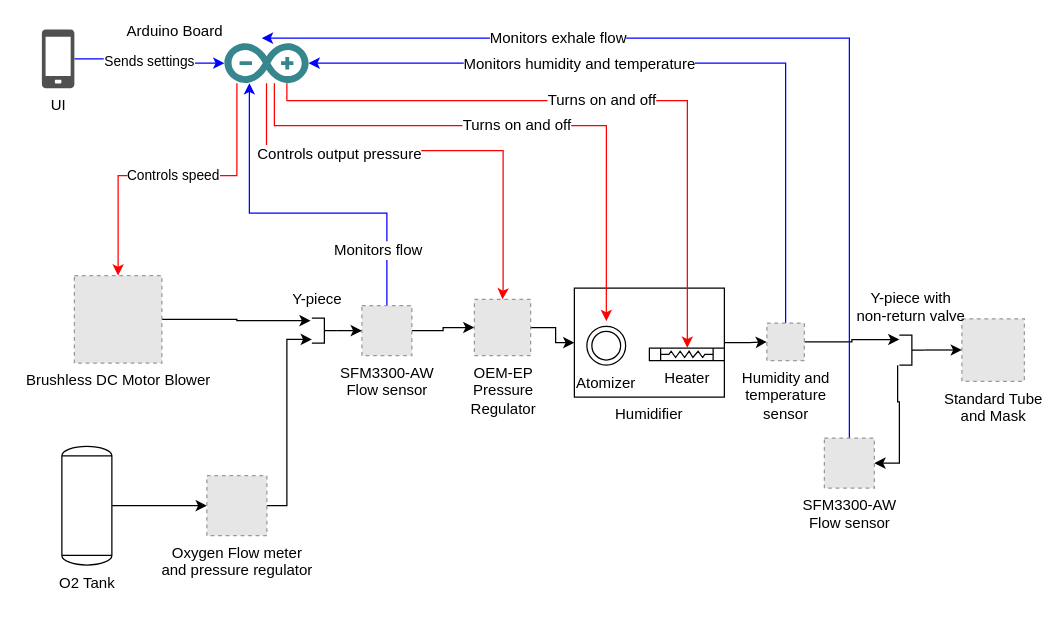
This is mech/Untitled Diagram.drawio from cymourad/diy-ventilator, a draw.io file, before an edit. Source tidied: cells renumbered, new cells numbered last; positions are measured from the earlier drawing's top-left corner, leaving out a move shared by most shapes. Both pictures are drawn from the tidied source at 125%, with x=0, y=0 at pixel (41, 29). Pictures stored in the file or linked from it are replaced by grey dashed boxes.
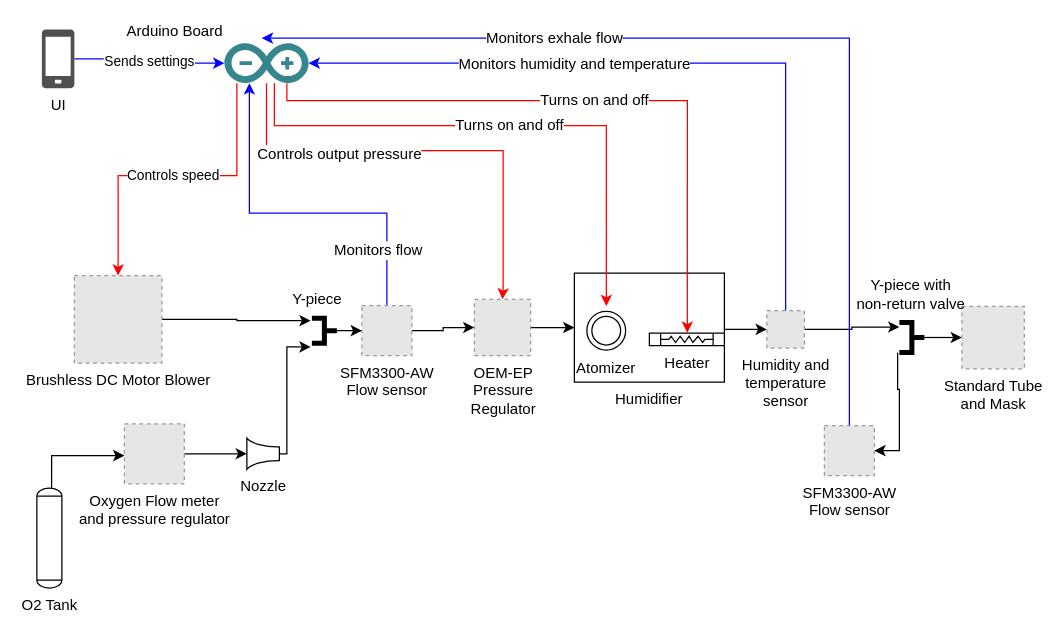
The same diagram, later.

Commit message:
adds oxygen nozzle to block diagram

Diff of the diagram source:
```diff
@@
-    <mxCell id="4" style="edgeStyle=orthogonalEdgeStyle;rounded=0;jettySize=auto;html=1;entryX=0;entryY=0.5;entryDx=0;entryDy=0;" parent="1" edge="1" source="5" target="7">
-      <mxGeometry relative="1" as="geometry" />
+    <mxCell id="4" style="edgeStyle=orthogonalEdgeStyle;rounded=0;jettySize=auto;html=1;strokeColor=#000000;fontSize=12;entryX=0;entryY=0.531;entryDx=0;entryDy=0;entryPerimeter=0;exitX=0.589;exitY=-0.004;exitDx=0;exitDy=0;exitPerimeter=0;" parent="1" edge="1" source="5" target="7">
+      <mxGeometry relative="1" as="geometry">
+        <Array as="points">
+          <mxPoint x="8" y="341" />
+        </Array>
+      </mxGeometry>
     </mxCell>
     <mxCell id="5" value="O2 Tank" style="shape=mxgraph.pid.vessels.tank;html=1;align=center;verticalLabelPosition=bottom;verticalAlign=top;dashed=0;" parent="1" vertex="1">
-      <mxGeometry x="16" y="333.5" width="40" height="95" as="geometry" />
+      <mxGeometry x="-4" y="367" width="20" height="80" as="geometry" />
     </mxCell>
-    <mxCell id="6" style="edgeStyle=orthogonalEdgeStyle;rounded=0;jettySize=auto;html=1;entryX=1;entryY=0.15;entryDx=0;entryDy=0;entryPerimeter=0;" parent="1" edge="1" source="7" target="9">
-      <mxGeometry relative="1" as="geometry">
-        <Array as="points">
-          <mxPoint x="196" y="381" />
-          <mxPoint x="196" y="248" />
-        </Array>
-      </mxGeometry>
-    </mxCell>
+    <mxCell id="40" style="edgeStyle=orthogonalEdgeStyle;rounded=0;jettySize=auto;html=1;entryX=0;entryY=0.5;entryDx=0;entryDy=0;entryPerimeter=0;strokeColor=#000000;fontSize=12;" parent="1" edge="1" source="7" target="42">
+      <mxGeometry relative="1" as="geometry" />
+    </mxCell>
     <mxCell id="7" value="Oxygen Flow meter&lt;br&gt;and pressure regulator" style="fillColor=#E6E6E6;strokeColor=#999999;dashed=1;html=1;verticalAlign=top;verticalLabelPosition=bottom;labelBackgroundColor=#ffffff;" parent="1" vertex="1">
-      <mxGeometry x="132" y="357" width="48" height="48" as="geometry" />
+      <mxGeometry x="66" y="315.5" width="48" height="48" as="geometry" />
     </mxCell>
@@
-    <mxCell id="9" style="verticalLabelPosition=bottom;align=center;dashed=0;html=1;verticalAlign=top;shape=mxgraph.pid.piping.hose_connection;rotation=-180;" parent="1" vertex="1">
+    <mxCell id="9" style="verticalLabelPosition=bottom;align=center;dashed=0;html=1;verticalAlign=top;shape=mxgraph.pid.piping.hose_connection;rotation=-180;strokeWidth=4;" parent="1" vertex="1">
       <mxGeometry x="216" y="231" width="20" height="20" as="geometry" />
     </mxCell>
@@
-    <mxCell id="17" style="edgeStyle=orthogonalEdgeStyle;rounded=0;jettySize=auto;html=1;entryX=0;entryY=0.5;entryDx=0;entryDy=0;" parent="1" edge="1" source="18" target="39">
-      <mxGeometry relative="1" as="geometry" />
+    <mxCell id="17" style="edgeStyle=orthogonalEdgeStyle;rounded=0;jettySize=auto;html=1;entryX=0;entryY=0.5;entryDx=0;entryDy=0;exitX=1;exitY=0.5;exitDx=0;exitDy=0;" parent="1" edge="1" source="18" target="39">
+      <mxGeometry relative="1" as="geometry">
+        <Array as="points">
+          <mxPoint x="546" y="240" />
+        </Array>
+      </mxGeometry>
     </mxCell>
     <mxCell id="18" value="Humidifier" style="rounded=0;whiteSpace=wrap;html=1;labelPosition=center;verticalLabelPosition=bottom;align=center;verticalAlign=top;" parent="1" vertex="1">
-      <mxGeometry x="426" y="207" width="120" height="87.2" as="geometry" />
+      <mxGeometry x="426" y="195" width="120" height="87.2" as="geometry" />
     </mxCell>
@@
     <mxCell id="25" style="edgeStyle=orthogonalEdgeStyle;rounded=0;jettySize=auto;html=1;exitX=0;exitY=0.5;exitDx=0;exitDy=0;exitPerimeter=0;entryX=0;entryY=0.5;entryDx=0;entryDy=0;" parent="1" edge="1" source="27" target="30">
       <mxGeometry relative="1" as="geometry">
         <Array as="points">
-          <mxPoint x="726" y="257" />
-          <mxPoint x="736" y="257" />
+          <mxPoint x="726" y="247" />
+          <mxPoint x="736" y="247" />
         </Array>
       </mxGeometry>
     </mxCell>
     <mxCell id="26" style="edgeStyle=orthogonalEdgeStyle;rounded=0;jettySize=auto;html=1;entryX=1;entryY=0.5;entryDx=0;entryDy=0;exitX=1.07;exitY=-0.008;exitDx=0;exitDy=0;exitPerimeter=0;" parent="1" edge="1" source="27" target="29">
       <mxGeometry relative="1" as="geometry">
         <Array as="points">
-          <mxPoint x="685" y="298" />
-          <mxPoint x="686" y="298" />
-          <mxPoint x="686" y="347" />
+          <mxPoint x="685" y="288" />
+          <mxPoint x="686" y="288" />
+          <mxPoint x="686" y="337" />
         </Array>
       </mxGeometry>
     </mxCell>
-    <mxCell id="27" style="verticalLabelPosition=bottom;align=center;dashed=0;html=1;verticalAlign=top;shape=mxgraph.pid.piping.hose_connection;rotation=-180;" parent="1" vertex="1">
-      <mxGeometry x="686" y="244.5" width="20" height="24" as="geometry" />
+    <mxCell id="27" style="verticalLabelPosition=bottom;align=center;dashed=0;html=1;verticalAlign=top;shape=mxgraph.pid.piping.hose_connection;rotation=-180;strokeWidth=4;" parent="1" vertex="1">
+      <mxGeometry x="686" y="234.5" width="20" height="24" as="geometry" />
     </mxCell>
@@
     <mxCell id="29" value="SFM3300-AW&lt;br&gt;Flow sensor" style="fillColor=#E6E6E6;strokeColor=#999999;dashed=1;html=1;verticalAlign=top;verticalLabelPosition=bottom;labelBackgroundColor=#ffffff;" parent="1" vertex="1">
-      <mxGeometry x="626" y="327" width="40" height="40" as="geometry" />
+      <mxGeometry x="626" y="317" width="40" height="40" as="geometry" />
     </mxCell>
     <mxCell id="30" value="Standard Tube &lt;br&gt;and Mask" style="fillColor=#E6E6E6;strokeColor=#999999;dashed=1;html=1;verticalAlign=top;verticalLabelPosition=bottom;labelBackgroundColor=#ffffff;" parent="1" vertex="1">
-      <mxGeometry x="736" y="231.5" width="50" height="50" as="geometry" />
+      <mxGeometry x="736" y="221.5" width="50" height="50" as="geometry" />
     </mxCell>
@@
     <mxCell id="32" value="Y-piece with&lt;br&gt;non-return valve" style="text;html=1;align=center;verticalAlign=middle;" parent="1" vertex="1">
-      <mxGeometry x="645" y="207" width="100" height="30" as="geometry" />
+      <mxGeometry x="645" y="197" width="100" height="30" as="geometry" />
     </mxCell>
@@
     <mxCell id="35" value="Heater" style="shape=mxgraph.pid.heat_exchangers.heat_exchanger_(coil_tubes);html=1;align=center;verticalLabelPosition=bottom;verticalAlign=top;dashed=0;" parent="1" vertex="1">
-      <mxGeometry x="486" y="255" width="60" height="10" as="geometry" />
+      <mxGeometry x="486" y="243" width="60" height="10" as="geometry" />
     </mxCell>
     <mxCell id="36" value="Atomizer" style="ellipse;shape=doubleEllipse;whiteSpace=wrap;html=1;labelPosition=center;verticalLabelPosition=bottom;align=center;verticalAlign=top;" parent="1" vertex="1">
-      <mxGeometry x="436" y="237.5" width="31" height="31" as="geometry" />
+      <mxGeometry x="436" y="225.5" width="31" height="31" as="geometry" />
     </mxCell>
@@
     <mxCell id="39" value="Humidity and&lt;br&gt;temperature&lt;br&gt;sensor" style="fillColor=#E6E6E6;strokeColor=#999999;dashed=1;html=1;verticalAlign=top;verticalLabelPosition=bottom;labelBackgroundColor=#ffffff;" parent="1" vertex="1">
-      <mxGeometry x="580" y="235" width="30" height="30" as="geometry" />
+      <mxGeometry x="580" y="225" width="30" height="30" as="geometry" />
     </mxCell>
+    <mxCell id="41" style="edgeStyle=orthogonalEdgeStyle;rounded=0;jettySize=auto;html=1;entryX=1.05;entryY=-0.15;entryDx=0;entryDy=0;entryPerimeter=0;strokeColor=#000000;fontSize=12;" parent="1" edge="1" source="42" target="9">
+      <mxGeometry relative="1" as="geometry">
+        <Array as="points">
+          <mxPoint x="196" y="340" />
+          <mxPoint x="196" y="254" />
+        </Array>
+      </mxGeometry>
+    </mxCell>
+    <mxCell id="42" value="Nozzle" style="verticalLabelPosition=bottom;align=center;outlineConnect=0;dashed=0;html=1;verticalAlign=top;shape=mxgraph.pid.flow_sensors.flow_nozzle;fontSize=12;rotation=0;" parent="1" vertex="1">
+      <mxGeometry x="164" y="327" width="26" height="25" as="geometry" />
+    </mxCell>
```
